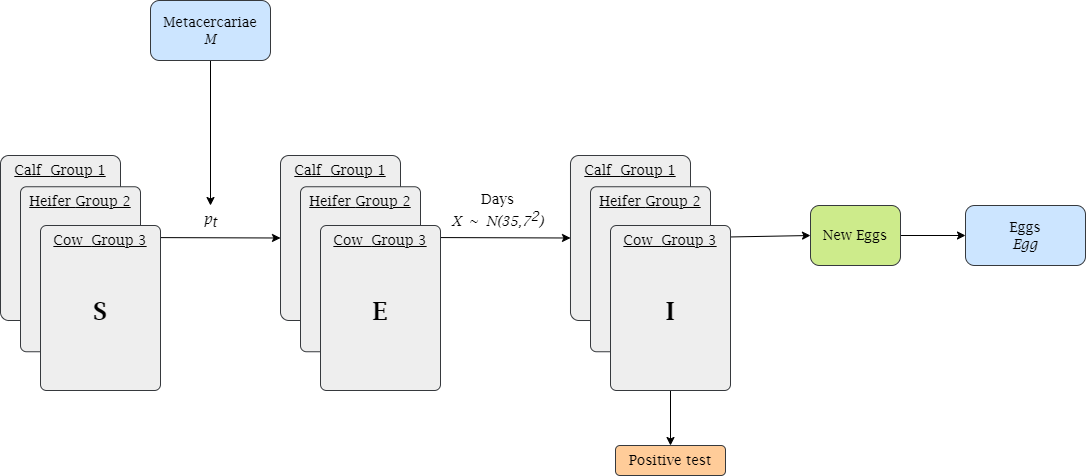
Before: results/figures/Final_figures/IBM_flowchart.png, a diagram exported from draw.io (Lauraft97/Bachelor_project_2021). Source tidied: cells renumbered, new cells last; positions are measured from the earlier drawing's top-left corner, leaving out a move shared by most shapes.
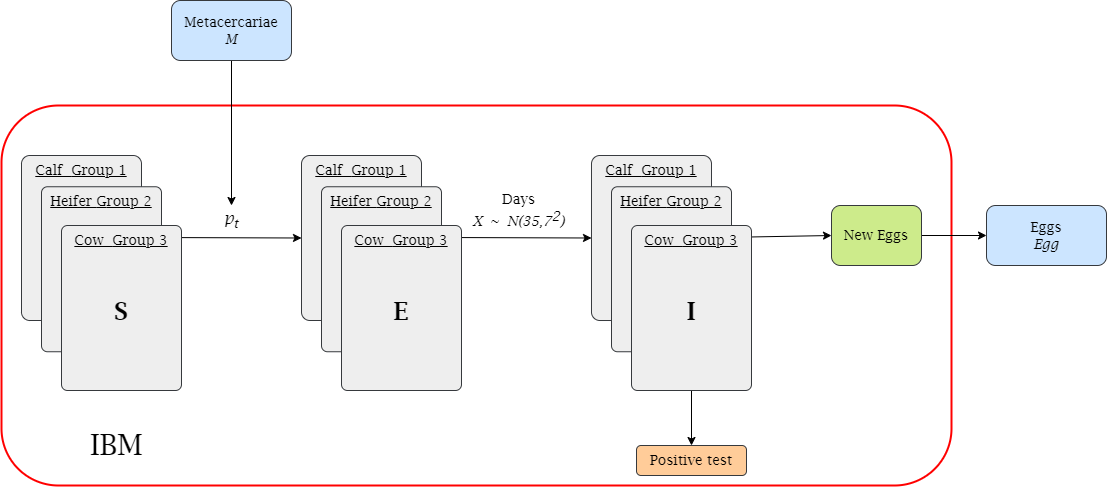
Later version of the same file.

The edit, as a diff of the source:
```diff
@@ -2,7 +2,10 @@
   <root>
     <mxCell id="0" />
     <mxCell id="1" parent="0" />
+    <mxCell id="30" style="rounded=1;whiteSpace=wrap;html=1;fillColor=none;strokeColor=#FF0000;strokeWidth=2;" parent="1" vertex="1">
+      <mxGeometry x="-20" y="105" width="950" height="380" as="geometry" />
+    </mxCell>
-    <mxCell id="2" value="&lt;i style=&quot;font-size: 14px;&quot;&gt;p&lt;sub style=&quot;font-size: 14px;&quot;&gt;t&lt;/sub&gt;&lt;/i&gt;" style="text;html=1;strokeColor=none;fillColor=none;align=center;verticalAlign=middle;whiteSpace=wrap;rounded=0;fontFamily=Lucida Bright;fontSize=14;" parent="1" vertex="1">
+    <mxCell id="2" value="&lt;i style=&quot;font-size: 16px&quot;&gt;p&lt;sub&gt;t&lt;/sub&gt;&lt;/i&gt;" style="text;html=1;strokeColor=none;fillColor=none;align=center;verticalAlign=middle;whiteSpace=wrap;rounded=0;fontFamily=Lucida Bright;fontSize=14;" parent="1" vertex="1">
       <mxGeometry x="180" y="205" width="60" height="30" as="geometry" />
     </mxCell>
     <mxCell id="3" style="edgeStyle=orthogonalEdgeStyle;rounded=0;jettySize=auto;html=1;exitX=0.5;exitY=1;exitDx=0;exitDy=0;fontFamily=Lucida Bright;fontSize=14;" parent="1" edge="1" source="28" target="6">
@@ -92,5 +95,8 @@
     <mxCell id="29" value="&lt;font size=&quot;1&quot;&gt;&lt;b style=&quot;font-size: 25px&quot;&gt;I&lt;/b&gt;&lt;/font&gt;" style="text;html=1;strokeColor=none;fillColor=none;align=center;verticalAlign=middle;whiteSpace=wrap;rounded=0;fontFamily=Lucida Bright;fontSize=14;" parent="25" vertex="1">
       <mxGeometry x="70" y="140" width="60" height="30" as="geometry" />
     </mxCell>
+    <mxCell id="31" value="IBM" style="text;html=1;align=center;verticalAlign=middle;strokeColor=none;fillColor=none;fontFamily=Lucida Bright;fontSize=29;" parent="1" vertex="1">
+      <mxGeometry x="60" y="425" width="70" height="40" as="geometry" />
+    </mxCell>
   </root>
 </mxGraphModel>
```
